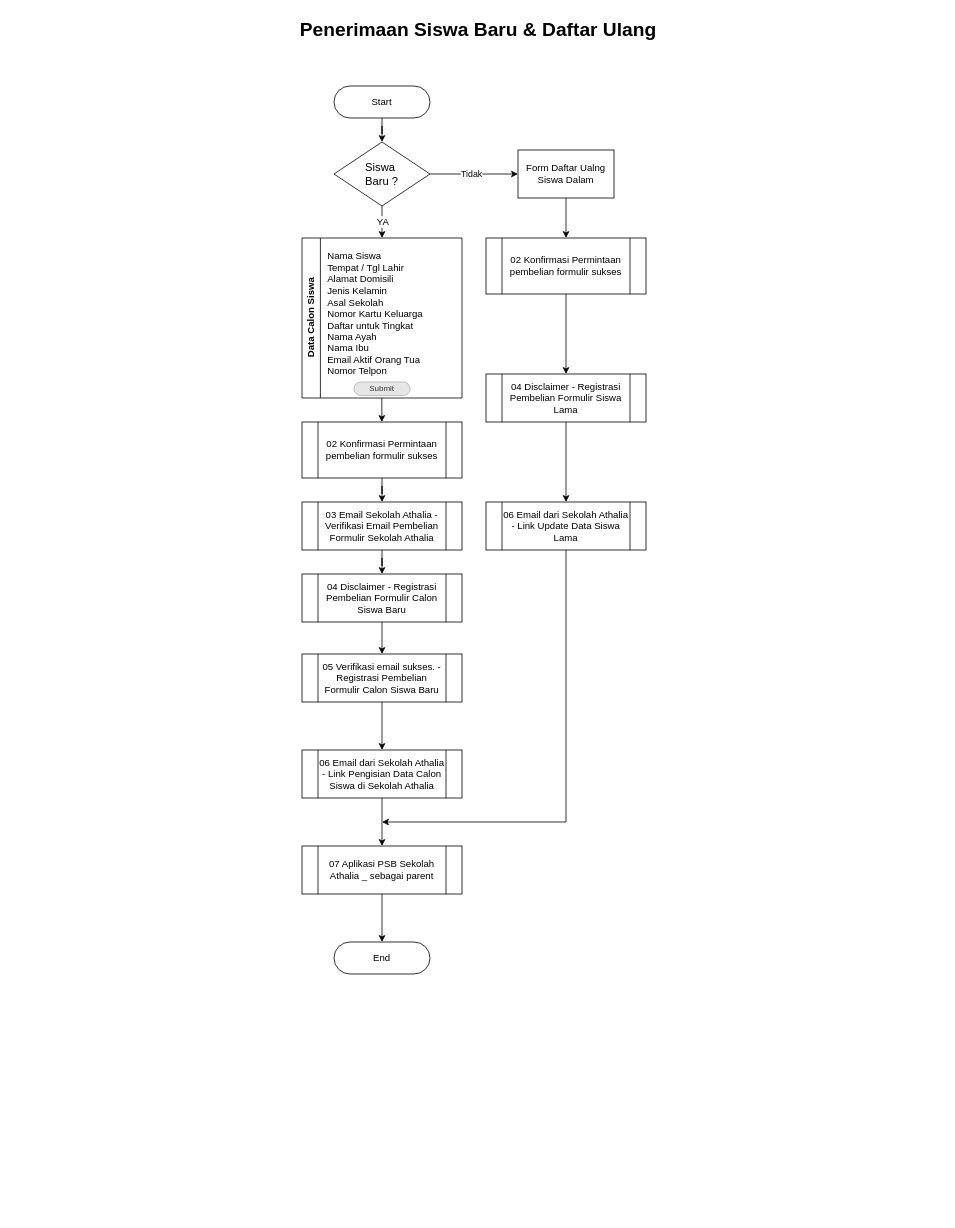
Earlier version of the draw.io diagram PSB.drawio (oikos76/EduTech). Source tidied: cells renumbered, new cells numbered last; positions are measured from the earlier drawing's top-left corner, leaving out a move shared by most shapes. Both pictures are drawn from the tidied source at 80%, with x=0, y=0 at pixel (14, 14).
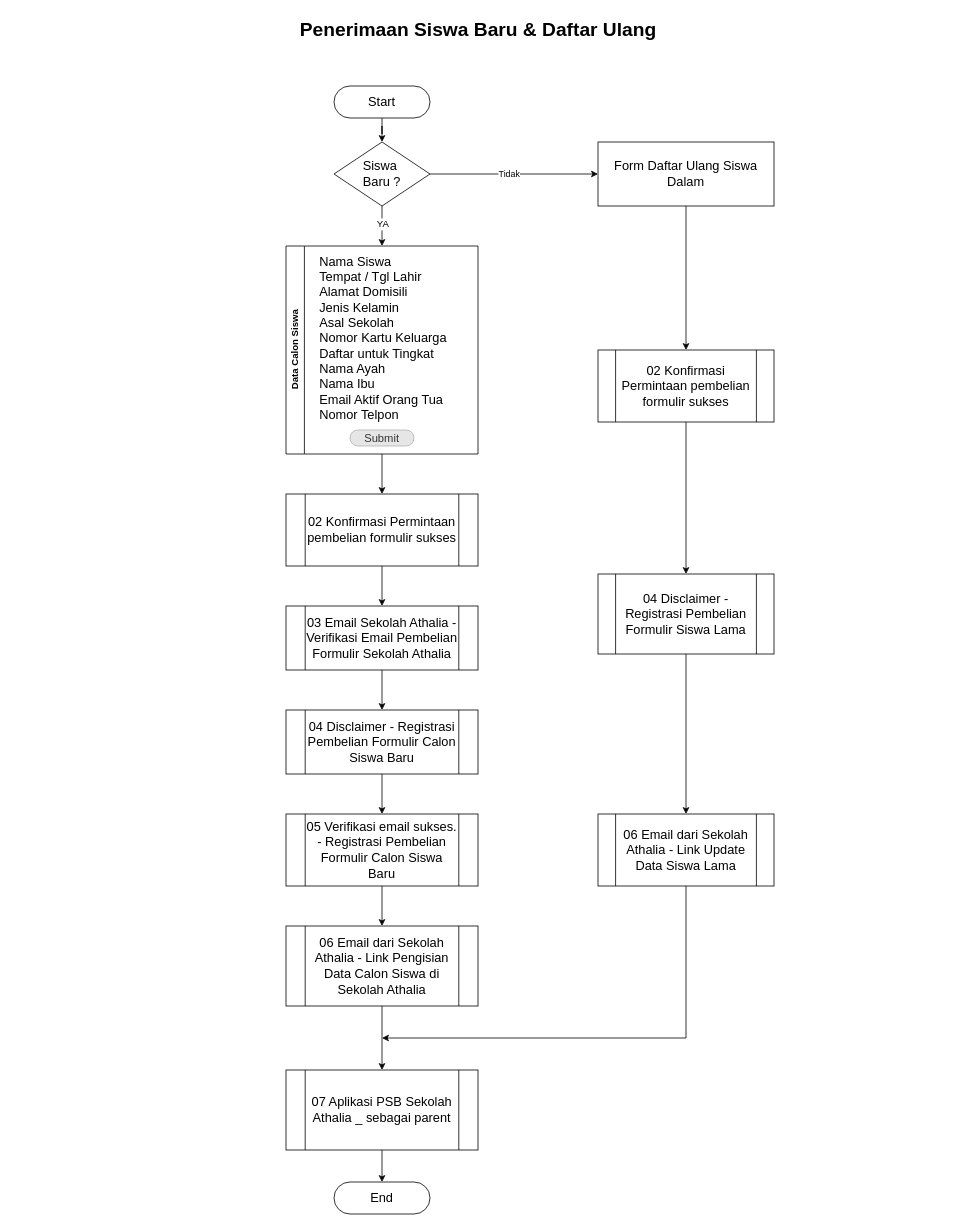
The same page after the edit.

What changed in the source:
```diff
@@
-    <mxCell id="3" style="edgeStyle=orthogonalEdgeStyle;rounded=0;jettySize=auto;html=1;exitX=0.5;exitY=1;exitDx=0;exitDy=0;" parent="1" edge="1" source="7">
-      <mxGeometry relative="1" as="geometry">
-        <mxPoint x="460" y="280" as="targetPoint" />
-      </mxGeometry>
+    <mxCell id="3" style="edgeStyle=orthogonalEdgeStyle;rounded=0;jettySize=auto;html=1;exitX=0.5;exitY=1;exitDx=0;exitDy=0;entryX=0.5;entryY=0;entryDx=0;entryDy=0;" parent="1" edge="1" source="7" target="9">
+      <mxGeometry relative="1" as="geometry" />
     </mxCell>
@@
-    <mxCell id="7" value="&lt;font style=&quot;font-size: 14px;&quot;&gt;Siswa&amp;nbsp;&lt;/font&gt;&lt;div&gt;&lt;font style=&quot;font-size: 14px;&quot;&gt;Baru ?&lt;/font&gt;&lt;/div&gt;" style="rhombus;whiteSpace=wrap;html=1;" parent="1" vertex="1">
+    <mxCell id="7" value="&lt;font&gt;Siswa&amp;nbsp;&lt;/font&gt;&lt;div&gt;&lt;font&gt;Baru ?&lt;/font&gt;&lt;/div&gt;" style="rhombus;whiteSpace=wrap;html=1;fontSize=16;" parent="1" vertex="1">
       <mxGeometry x="400" y="160" width="120" height="80" as="geometry" />
     </mxCell>
-    <mxCell id="8" style="edgeStyle=orthogonalEdgeStyle;rounded=0;orthogonalLoop=1;jettySize=auto;html=1;" parent="1" edge="1">
-      <mxGeometry relative="1" as="geometry">
-        <mxPoint x="459.8" y="480" as="sourcePoint" />
-        <mxPoint x="459.8" y="510" as="targetPoint" />
-      </mxGeometry>
-    </mxCell>
     <mxCell id="9" value="Data Calon Siswa" style="swimlane;horizontal=0;whiteSpace=wrap;html=1;" parent="1" vertex="1">
-      <mxGeometry x="360" y="280" width="200" height="200" as="geometry" />
+      <mxGeometry x="340" y="290" width="240" height="260" as="geometry" />
     </mxCell>
-    <mxCell id="10" value="Nama Siswa&lt;div&gt;Tempat / Tgl Lahir&lt;/div&gt;&lt;div&gt;Alamat Domisili&lt;br&gt;Jenis Kelamin&lt;br&gt;Asal Sekolah&lt;/div&gt;&lt;div&gt;Nomor Kartu Keluarga&lt;/div&gt;&lt;div&gt;Daftar untuk Tingkat&lt;/div&gt;&lt;div&gt;Nama Ayah&lt;/div&gt;&lt;div&gt;Nama Ibu&lt;br&gt;Email Aktif Orang Tua&lt;/div&gt;&lt;div&gt;Nomor Telpon&amp;nbsp;&lt;/div&gt;" style="text;html=1;align=left;verticalAlign=middle;strokeColor=none;fillColor=none;" parent="9" vertex="1">
-      <mxGeometry x="30" y="10" width="140" height="170" as="geometry" />
+    <mxCell id="10" value="Nama Siswa&lt;div&gt;Tempat / Tgl Lahir&lt;/div&gt;&lt;div&gt;Alamat Domisili&lt;br&gt;Jenis Kelamin&lt;br&gt;Asal Sekolah&lt;/div&gt;&lt;div&gt;Nomor Kartu Keluarga&lt;/div&gt;&lt;div&gt;Daftar untuk Tingkat&lt;/div&gt;&lt;div&gt;Nama Ayah&lt;/div&gt;&lt;div&gt;Nama Ibu&lt;br&gt;Email Aktif Orang Tua&lt;/div&gt;&lt;div&gt;Nomor Telpon&amp;nbsp;&lt;/div&gt;" style="text;html=1;align=left;verticalAlign=middle;strokeColor=none;fillColor=none;fontSize=16;" parent="9" vertex="1">
+      <mxGeometry x="40" y="5" width="180" height="220" as="geometry" />
     </mxCell>
-    <mxCell id="11" value="Submit" style="rounded=1;html=1;shadow=0;dashed=0;whiteSpace=wrap;fontSize=10;fillColor=#E6E6E6;align=center;strokeColor=#B3B3B3;fontColor=#333333;arcSize=50;" parent="9" vertex="1">
-      <mxGeometry x="65" y="180" width="70" height="16.9" as="geometry" />
+    <mxCell id="11" value="Submit" style="rounded=1;html=1;shadow=0;dashed=0;whiteSpace=wrap;fontSize=14;fillColor=#E6E6E6;align=center;strokeColor=#B3B3B3;fontColor=#333333;arcSize=50;" parent="9" vertex="1">
+      <mxGeometry x="80" y="230" width="80" height="20" as="geometry" />
     </mxCell>
@@
-    <mxCell id="13" value="03 Email Sekolah Athalia - Verifikasi Email Pembelian Formulir Sekolah Athalia" style="shape=process;whiteSpace=wrap;html=1;backgroundOutline=1;" parent="1" vertex="1">
-      <mxGeometry x="360" y="610" width="200" height="60" as="geometry" />
+    <mxCell id="13" value="03 Email Sekolah Athalia - Verifikasi Email Pembelian Formulir Sekolah Athalia" style="shape=process;whiteSpace=wrap;html=1;backgroundOutline=1;fontSize=16;" parent="1" vertex="1">
+      <mxGeometry x="340" y="740" width="240" height="80" as="geometry" />
     </mxCell>
@@
-    <mxCell id="15" value="04 Disclaimer - Registrasi Pembelian Formulir Calon Siswa Baru" style="shape=process;whiteSpace=wrap;html=1;backgroundOutline=1;" parent="1" vertex="1">
-      <mxGeometry x="360" y="700" width="200" height="60" as="geometry" />
+    <mxCell id="15" value="04 Disclaimer - Registrasi Pembelian Formulir Calon Siswa Baru" style="shape=process;whiteSpace=wrap;html=1;backgroundOutline=1;fontSize=16;" parent="1" vertex="1">
+      <mxGeometry x="340" y="870" width="240" height="80" as="geometry" />
     </mxCell>
@@
-    <mxCell id="17" value="02 Konfirmasi Permintaan pembelian formulir sukses" style="shape=process;whiteSpace=wrap;html=1;backgroundOutline=1;" parent="1" vertex="1">
-      <mxGeometry x="360" y="510" width="200" height="70" as="geometry" />
+    <mxCell id="17" value="02 Konfirmasi Permintaan pembelian formulir sukses" style="shape=process;whiteSpace=wrap;html=1;backgroundOutline=1;fontSize=16;" parent="1" vertex="1">
+      <mxGeometry x="340" y="600" width="240" height="90" as="geometry" />
     </mxCell>
@@
-    <mxCell id="19" value="Start" style="rounded=1;whiteSpace=wrap;html=1;arcSize=50;" parent="1" vertex="1">
+    <mxCell id="19" value="Start" style="rounded=1;whiteSpace=wrap;html=1;arcSize=50;fontSize=16;" parent="1" vertex="1">
       <mxGeometry x="400" y="90" width="120" height="40" as="geometry" />
     </mxCell>
@@
-    <mxCell id="21" value="Form Daftar Ualng Siswa Dalam" style="whiteSpace=wrap;html=1;" parent="1" vertex="1">
-      <mxGeometry x="630" y="170" width="120" height="60" as="geometry" />
+    <mxCell id="21" value="Form Daftar Ulang Siswa Dalam" style="whiteSpace=wrap;html=1;fontSize=16;" parent="1" vertex="1">
+      <mxGeometry x="730" y="160" width="220" height="80" as="geometry" />
     </mxCell>
@@
-    <mxCell id="23" value="05 Verifikasi email sukses. - Registrasi Pembelian Formulir Calon Siswa Baru" style="shape=process;whiteSpace=wrap;html=1;backgroundOutline=1;" parent="1" vertex="1">
-      <mxGeometry x="360" y="800" width="200" height="60" as="geometry" />
+    <mxCell id="23" value="05 Verifikasi email sukses. - Registrasi Pembelian Formulir Calon Siswa Baru" style="shape=process;whiteSpace=wrap;html=1;backgroundOutline=1;fontSize=16;" parent="1" vertex="1">
+      <mxGeometry x="340" y="1000" width="240" height="90" as="geometry" />
     </mxCell>
@@
-    <mxCell id="25" value="06 Email dari Sekolah Athalia - Link Pengisian Data Calon Siswa di Sekolah Athalia" style="shape=process;whiteSpace=wrap;html=1;backgroundOutline=1;" parent="1" vertex="1">
-      <mxGeometry x="360" y="920" width="200" height="60" as="geometry" />
+    <mxCell id="25" value="06 Email dari Sekolah Athalia - Link Pengisian Data Calon Siswa di Sekolah Athalia" style="shape=process;whiteSpace=wrap;html=1;backgroundOutline=1;fontSize=16;" parent="1" vertex="1">
+      <mxGeometry x="340" y="1140" width="240" height="100" as="geometry" />
     </mxCell>
@@
-    <mxCell id="27" value="07 Aplikasi PSB Sekolah Athalia _ sebagai parent" style="shape=process;whiteSpace=wrap;html=1;backgroundOutline=1;" parent="1" vertex="1">
-      <mxGeometry x="360" y="1040" width="200" height="60" as="geometry" />
+    <mxCell id="27" value="07 Aplikasi PSB Sekolah Athalia _ sebagai parent" style="shape=process;whiteSpace=wrap;html=1;backgroundOutline=1;fontSize=16;" parent="1" vertex="1">
+      <mxGeometry x="340" y="1320" width="240" height="100" as="geometry" />
     </mxCell>
@@
-    <mxCell id="29" value="02 Konfirmasi Permintaan pembelian formulir sukses" style="shape=process;whiteSpace=wrap;html=1;backgroundOutline=1;" parent="1" vertex="1">
-      <mxGeometry x="590" y="280" width="200" height="70" as="geometry" />
+    <mxCell id="29" value="02 Konfirmasi Permintaan pembelian formulir sukses" style="shape=process;whiteSpace=wrap;html=1;backgroundOutline=1;fontSize=16;" parent="1" vertex="1">
+      <mxGeometry x="730" y="420" width="220" height="90" as="geometry" />
     </mxCell>
-    <mxCell id="30" style="edgeStyle=orthogonalEdgeStyle;rounded=0;jettySize=auto;html=1;" parent="1" edge="1" source="31">
-      <mxGeometry relative="1" as="geometry">
-        <mxPoint x="460" y="1010" as="targetPoint" />
-        <Array as="points">
-          <mxPoint x="690" y="1010" />
-        </Array>
-      </mxGeometry>
-    </mxCell>
+    <mxCell id="35" style="edgeStyle=orthogonalEdgeStyle;rounded=0;jettySize=auto;html=1;exitX=0.5;exitY=1;exitDx=0;exitDy=0;" parent="1" edge="1" source="31">
+      <mxGeometry relative="1" as="geometry">
+        <mxPoint x="460" y="1280" as="targetPoint" />
+        <Array as="points">
+          <mxPoint x="840" y="1280" />
+          <mxPoint x="560" y="1280" />
+        </Array>
+      </mxGeometry>
+    </mxCell>
-    <mxCell id="31" value="06 Email dari Sekolah Athalia - Link Update Data Siswa Lama" style="shape=process;whiteSpace=wrap;html=1;backgroundOutline=1;" parent="1" vertex="1">
-      <mxGeometry x="590" y="610" width="200" height="60" as="geometry" />
+    <mxCell id="31" value="06 Email dari Sekolah Athalia - Link Update Data Siswa Lama" style="shape=process;whiteSpace=wrap;html=1;backgroundOutline=1;fontSize=16;" parent="1" vertex="1">
+      <mxGeometry x="730" y="1000" width="220" height="90" as="geometry" />
     </mxCell>
@@
-    <mxCell id="33" value="04 Disclaimer - Registrasi Pembelian Formulir Siswa Lama" style="shape=process;whiteSpace=wrap;html=1;backgroundOutline=1;" parent="1" vertex="1">
-      <mxGeometry x="590" y="450" width="200" height="60" as="geometry" />
+    <mxCell id="33" value="04 Disclaimer - Registrasi Pembelian Formulir Siswa Lama" style="shape=process;whiteSpace=wrap;html=1;backgroundOutline=1;fontSize=16;" parent="1" vertex="1">
+      <mxGeometry x="730" y="700" width="220" height="100" as="geometry" />
     </mxCell>
-    <mxCell id="34" value="End" style="rounded=1;whiteSpace=wrap;html=1;arcSize=50;" parent="1" vertex="1">
-      <mxGeometry x="400" y="1160" width="120" height="40" as="geometry" />
+    <mxCell id="34" value="End" style="rounded=1;whiteSpace=wrap;html=1;arcSize=50;fontSize=16;" parent="1" vertex="1">
+      <mxGeometry x="400" y="1460" width="120" height="40" as="geometry" />
     </mxCell>
+    <mxCell id="36" style="edgeStyle=orthogonalEdgeStyle;rounded=0;jettySize=auto;html=1;exitX=0.5;exitY=1;exitDx=0;exitDy=0;" parent="1" edge="1" source="9" target="17">
+      <mxGeometry relative="1" as="geometry" />
+    </mxCell>
```
